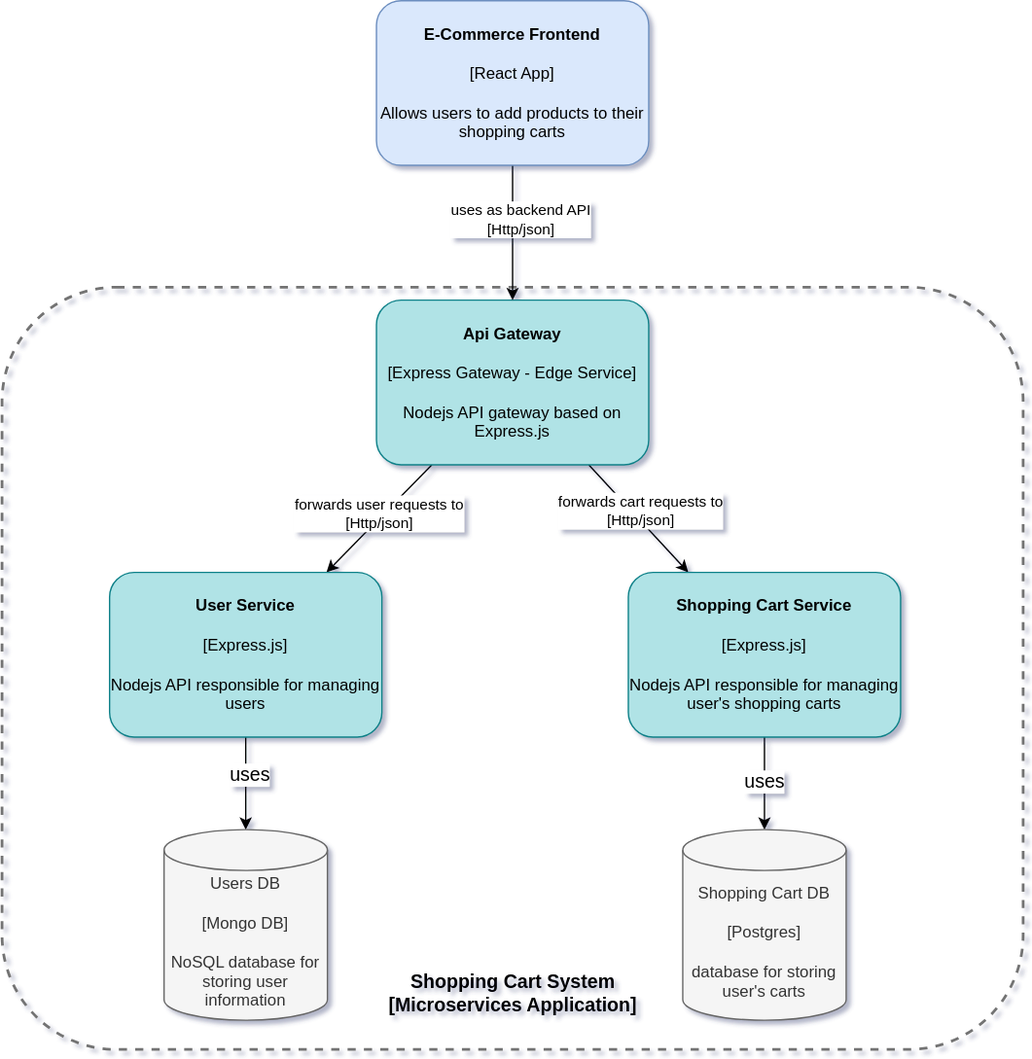
gSchool/lesson-microservices keeps this draw.io diagram as diagrams/lesson-microservices.svg. Above is the earlier version. Source tidied: cells renumbered, new cells last; positions are measured from the earlier drawing's top-left corner, leaving out a move shared by most shapes.
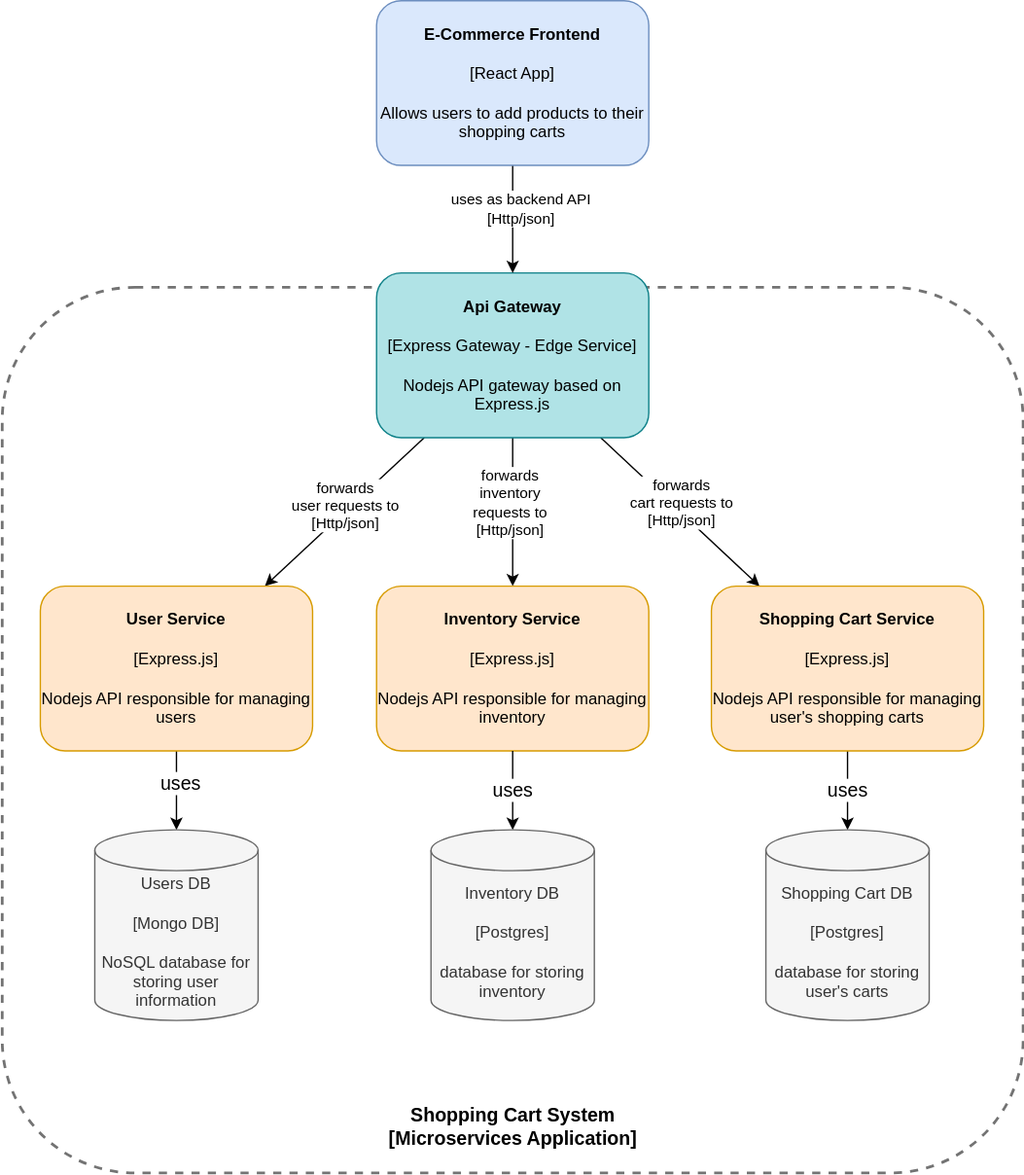
After the change.

Commit message:
updated diagram to have all three services

Diff of the diagram source:
```diff
@@ -3,21 +3,27 @@
     <mxCell id="0" />
     <mxCell id="1" parent="0" />
     <mxCell id="2" style="rounded=1;whiteSpace=wrap;html=1;glass=0;shadow=0;sketch=0;dashed=1;strokeWidth=2;fillColor=none;strokeColor=#737373;" parent="1" vertex="1">
-      <mxGeometry y="210.5" width="750" height="560" as="geometry" />
+      <mxGeometry y="210.5" width="750" height="650.5" as="geometry" />
     </mxCell>
-    <mxCell id="3" value="forwards cart requests to&lt;br&gt;[Http/json]" style="rounded=0;jettySize=auto;html=1;" parent="1" edge="1" source="6" target="12">
+    <mxCell id="3" value="forwards&lt;br&gt;cart requests to&lt;br&gt;[Http/json]" style="rounded=0;jettySize=auto;html=1;" parent="1" edge="1" source="6" target="12">
       <mxGeometry x="-0.04" y="5" relative="1" as="geometry" />
     </mxCell>
     <mxCell id="4" style="rounded=0;jettySize=auto;html=1;" parent="1" edge="1" source="6" target="9">
       <mxGeometry relative="1" as="geometry" />
     </mxCell>
-    <mxCell id="5" value="forwards user requests to&lt;br&gt;[Http/json]" style="edgeLabel;html=1;align=center;verticalAlign=middle;" parent="4" vertex="1">
+    <mxCell id="5" value="forwards&lt;br&gt;user requests to&lt;br&gt;[Http/json]" style="edgeLabel;html=1;align=center;verticalAlign=middle;" parent="4" vertex="1">
       <mxGeometry x="-0.03" y="-2" relative="1" as="geometry">
         <mxPoint y="-2" as="offset" />
       </mxGeometry>
     </mxCell>
+    <mxCell id="19" style="edgeStyle=orthogonalEdgeStyle;rounded=0;jettySize=auto;html=1;" parent="1" edge="1" source="6" target="21">
+      <mxGeometry relative="1" as="geometry" />
+    </mxCell>
+    <mxCell id="20" value="forwards&lt;br&gt;inventory&lt;br&gt;requests to&lt;br&gt;[Http/json]" style="edgeLabel;html=1;align=center;verticalAlign=middle;" parent="19" vertex="1">
+      <mxGeometry x="-0.14" y="-3" relative="1" as="geometry" />
+    </mxCell>
     <mxCell id="6" value="&lt;b&gt;Api Gateway&lt;br&gt;&lt;/b&gt;&lt;br&gt;[Express Gateway - Edge Service]&lt;br&gt;&lt;br&gt;Nodejs API gateway based on Express.js" style="rounded=1;whiteSpace=wrap;html=1;fillColor=#b0e3e6;strokeColor=#0e8088;" parent="1" vertex="1">
-      <mxGeometry x="275" y="220" width="200" height="121" as="geometry" />
+      <mxGeometry x="275" y="200" width="200" height="121" as="geometry" />
     </mxCell>
     <mxCell id="7" style="edgeStyle=none;rounded=0;jettySize=auto;html=1;" parent="1" edge="1" source="9" target="16">
       <mxGeometry relative="1" as="geometry" />
@@ -25,8 +31,8 @@
     <mxCell id="8" value="uses" style="edgeLabel;html=1;align=center;verticalAlign=middle;fontSize=14;" parent="7" vertex="1">
       <mxGeometry x="-0.22" y="2" relative="1" as="geometry" />
     </mxCell>
-    <mxCell id="9" value="&lt;b&gt;User Service&lt;br&gt;&lt;/b&gt;&lt;br&gt;[Express.js]&lt;br&gt;&lt;br&gt;Nodejs API responsible for managing users" style="rounded=1;whiteSpace=wrap;html=1;fillColor=#b0e3e6;strokeColor=#0e8088;" parent="1" vertex="1">
-      <mxGeometry x="79" y="420" width="200" height="121" as="geometry" />
+    <mxCell id="9" value="&lt;b&gt;User Service&lt;br&gt;&lt;/b&gt;&lt;br&gt;[Express.js]&lt;br&gt;&lt;br&gt;Nodejs API responsible for managing users" style="rounded=1;whiteSpace=wrap;html=1;fillColor=#ffe6cc;strokeColor=#d79b00;" parent="1" vertex="1">
+      <mxGeometry x="28" y="430" width="200" height="121" as="geometry" />
     </mxCell>
     <mxCell id="10" style="edgeStyle=none;rounded=0;jettySize=auto;html=1;fontSize=14;" parent="1" edge="1" source="12" target="17">
       <mxGeometry relative="1" as="geometry" />
@@ -34,8 +40,8 @@
     <mxCell id="11" value="uses" style="edgeLabel;html=1;align=center;verticalAlign=middle;fontSize=14;" parent="10" vertex="1">
       <mxGeometry x="-0.05" y="-1" relative="1" as="geometry" />
     </mxCell>
-    <mxCell id="12" value="&lt;b&gt;Shopping Cart Service&lt;br&gt;&lt;/b&gt;&lt;br&gt;[Express.js]&lt;br&gt;&lt;br&gt;Nodejs API responsible for managing user's shopping carts" style="rounded=1;whiteSpace=wrap;html=1;fillColor=#b0e3e6;strokeColor=#0e8088;" parent="1" vertex="1">
-      <mxGeometry x="460" y="420" width="200" height="121" as="geometry" />
+    <mxCell id="12" value="&lt;b&gt;Shopping Cart Service&lt;br&gt;&lt;/b&gt;&lt;br&gt;[Express.js]&lt;br&gt;&lt;br&gt;Nodejs API responsible for managing user's shopping carts" style="rounded=1;whiteSpace=wrap;html=1;fillColor=#ffe6cc;strokeColor=#d79b00;" parent="1" vertex="1">
+      <mxGeometry x="521" y="430" width="200" height="121" as="geometry" />
     </mxCell>
     <mxCell id="13" style="edgeStyle=orthogonalEdgeStyle;rounded=0;jettySize=auto;html=1;" parent="1" edge="1" source="15" target="6">
       <mxGeometry relative="1" as="geometry" />
@@ -49,13 +55,27 @@
       <mxGeometry x="275" width="200" height="121" as="geometry" />
     </mxCell>
     <mxCell id="16" value="Users DB&lt;br&gt;&lt;br&gt;[Mongo DB]&lt;br&gt;&lt;br&gt;NoSQL database for storing user information" style="shape=cylinder3;whiteSpace=wrap;html=1;boundedLbl=1;backgroundOutline=1;size=15;fillColor=#f5f5f5;strokeColor=#666666;fontColor=#333333;" parent="1" vertex="1">
-      <mxGeometry x="119" y="609" width="120" height="140" as="geometry" />
+      <mxGeometry x="68" y="609" width="120" height="140" as="geometry" />
     </mxCell>
     <mxCell id="17" value="Shopping Cart DB&lt;br&gt;&lt;br&gt;[Postgres]&lt;br&gt;&lt;br&gt;database for storing user's carts" style="shape=cylinder3;whiteSpace=wrap;html=1;boundedLbl=1;backgroundOutline=1;size=15;fillColor=#f5f5f5;strokeColor=#666666;fontColor=#333333;" parent="1" vertex="1">
-      <mxGeometry x="500" y="609" width="120" height="140" as="geometry" />
+      <mxGeometry x="561" y="609" width="120" height="140" as="geometry" />
     </mxCell>
     <mxCell id="18" value="Shopping Cart System&lt;br style=&quot;font-size: 14px&quot;&gt;[Microservices Application]" style="text;html=1;align=center;verticalAlign=middle;strokeColor=none;fontStyle=1;fontSize=14;" parent="1" vertex="1">
-      <mxGeometry x="275" y="709" width="200" height="40" as="geometry" />
+      <mxGeometry x="275" y="807" width="200" height="40" as="geometry" />
     </mxCell>
+    <mxCell id="21" value="&lt;b&gt;Inventory Service&lt;br&gt;&lt;/b&gt;&lt;br&gt;[Express.js]&lt;br&gt;&lt;br&gt;Nodejs API responsible for managing inventory" style="rounded=1;whiteSpace=wrap;html=1;fillColor=#ffe6cc;strokeColor=#d79b00;" parent="1" vertex="1">
+      <mxGeometry x="275" y="430" width="200" height="121" as="geometry" />
+    </mxCell>
+    <mxCell id="22" style="edgeStyle=none;rounded=0;jettySize=auto;html=1;fontSize=14;" parent="1" edge="1" target="24">
+      <mxGeometry relative="1" as="geometry">
+        <mxPoint x="375" y="551" as="sourcePoint" />
+      </mxGeometry>
+    </mxCell>
+    <mxCell id="23" value="uses" style="edgeLabel;html=1;align=center;verticalAlign=middle;fontSize=14;" parent="22" vertex="1">
+      <mxGeometry x="-0.05" y="-1" relative="1" as="geometry" />
+    </mxCell>
+    <mxCell id="24" value="Inventory DB&lt;br&gt;&lt;br&gt;[Postgres]&lt;br&gt;&lt;br&gt;database for storing inventory" style="shape=cylinder3;whiteSpace=wrap;html=1;boundedLbl=1;backgroundOutline=1;size=15;fillColor=#f5f5f5;strokeColor=#666666;fontColor=#333333;" parent="1" vertex="1">
+      <mxGeometry x="315" y="609" width="120" height="140" as="geometry" />
+    </mxCell>
   </root>
 </mxGraphModel>
```
